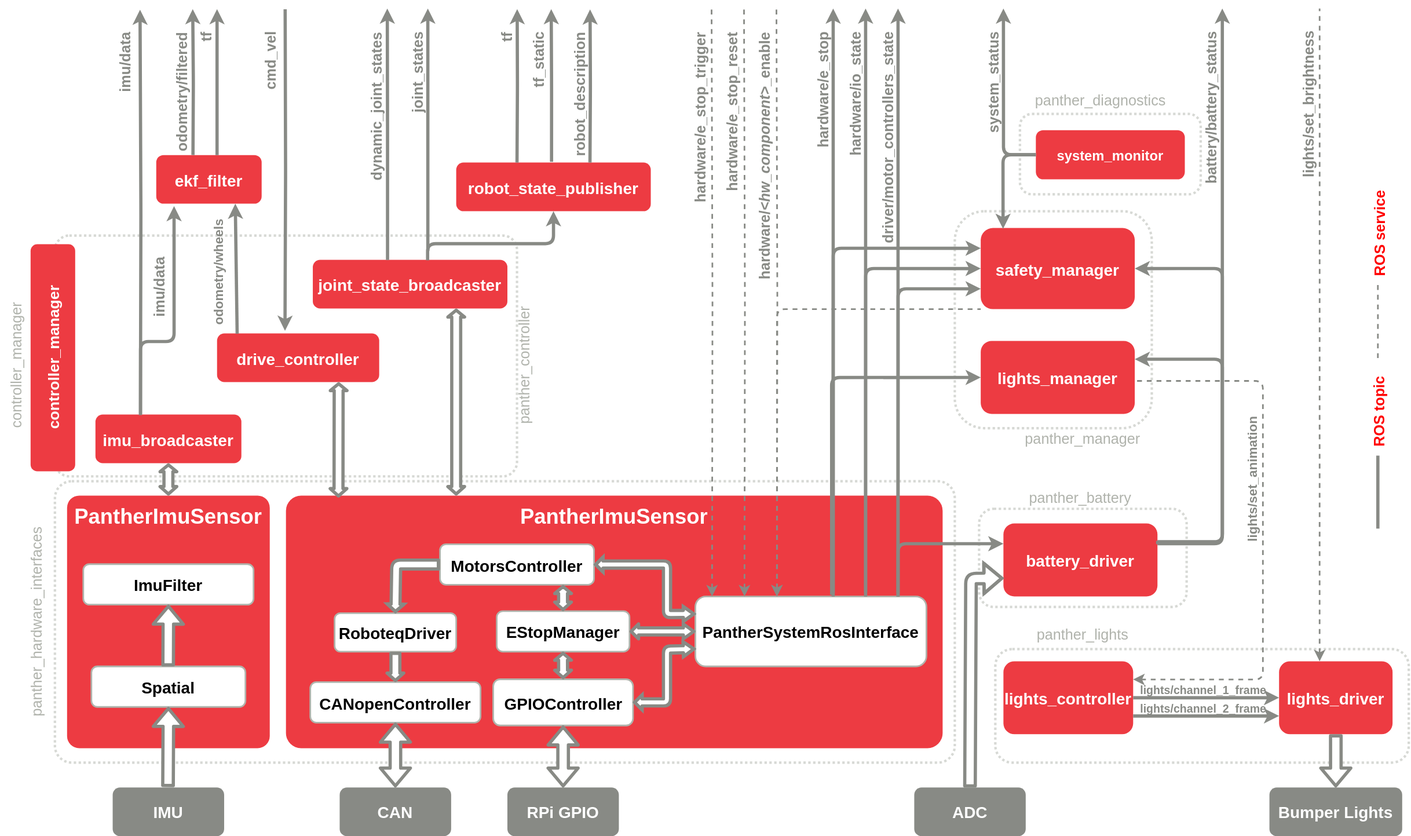
Before: .docs/panther_ros2_api.drawio.svg, a diagram exported from draw.io (husarion/panther_ros). Source tidied: cells renumbered, new cells last; positions are measured from the earlier drawing's top-left corner, leaving out a move shared by most shapes.
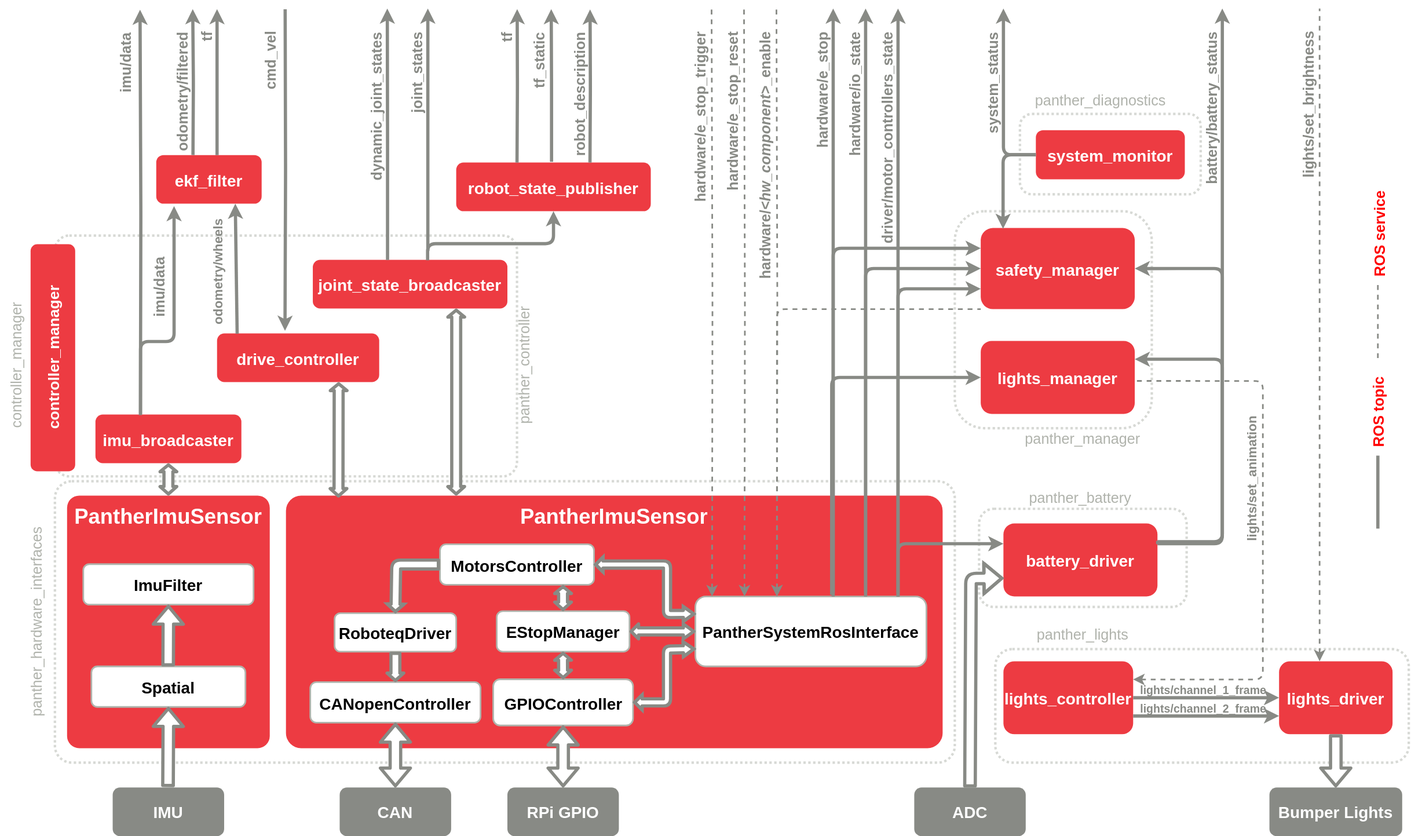
After the change.

What changed in the source:
```diff
@@ -338,7 +338,7 @@
     <mxCell id="79" value="&lt;font style=&quot;font-size: 20px;&quot;&gt;safety_manager&lt;/font&gt;" style="rounded=1;whiteSpace=wrap;html=1;strokeColor=none;fillColor=#ed3b42;fontColor=#ffffff;fontSize=19;fontFamily=Helvetica;spacing=2;spacingTop=4;fontStyle=1;" parent="1" vertex="1">
       <mxGeometry x="1289" y="270.7" width="190" height="100" as="geometry" />
     </mxCell>
-    <mxCell id="80" value="&lt;font style=&quot;font-size: 17px;&quot;&gt;system_monitor&lt;/font&gt;" style="rounded=1;whiteSpace=wrap;html=1;strokeColor=none;fillColor=#ed3b42;fontColor=#ffffff;fontSize=19;fontFamily=Helvetica;spacing=2;spacingTop=4;fontStyle=1;" parent="1" vertex="1">
+    <mxCell id="80" value="&lt;font style=&quot;font-size: 20px;&quot;&gt;system_monitor&lt;/font&gt;" style="rounded=1;whiteSpace=wrap;html=1;strokeColor=none;fillColor=#ed3b42;fontColor=#ffffff;fontSize=19;fontFamily=Helvetica;spacing=2;spacingTop=4;fontStyle=1;" parent="1" vertex="1">
       <mxGeometry x="1357" y="150" width="183.8" height="60.7" as="geometry" />
     </mxCell>
     <mxCell id="81" value="&lt;b&gt;system_status&lt;/b&gt;" style="edgeStyle=orthogonalEdgeStyle;shape=connector;rounded=1;jettySize=auto;html=1;labelBackgroundColor=none;strokeColor=#888a85;strokeWidth=4;fontFamily=Helvetica;fontSize=18;fontColor=#888a85;startArrow=none;startFill=0;endArrow=classic;horizontal=0;align=right;exitX=0;exitY=0.5;exitDx=0;exitDy=0;" parent="1" edge="1" source="80">
```
